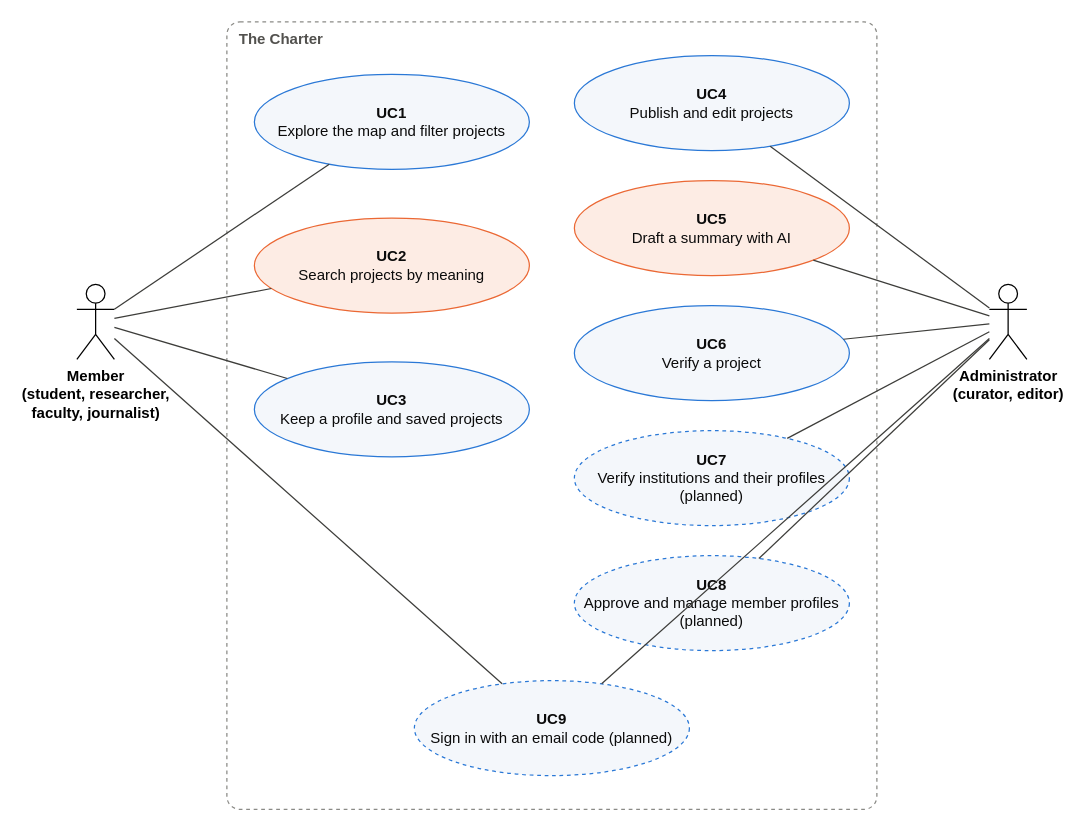
The draw.io diagram docs/architecture/diagrams/use-case-diagram.drawio in AnshSatiish/thecharter, before the edit. Source tidied: cells renumbered, new cells numbered last; positions are measured from the earlier drawing's top-left corner, leaving out a move shared by most shapes. Both pictures are drawn from the tidied source at 125%, with x=0, y=0 at pixel (76, 21).
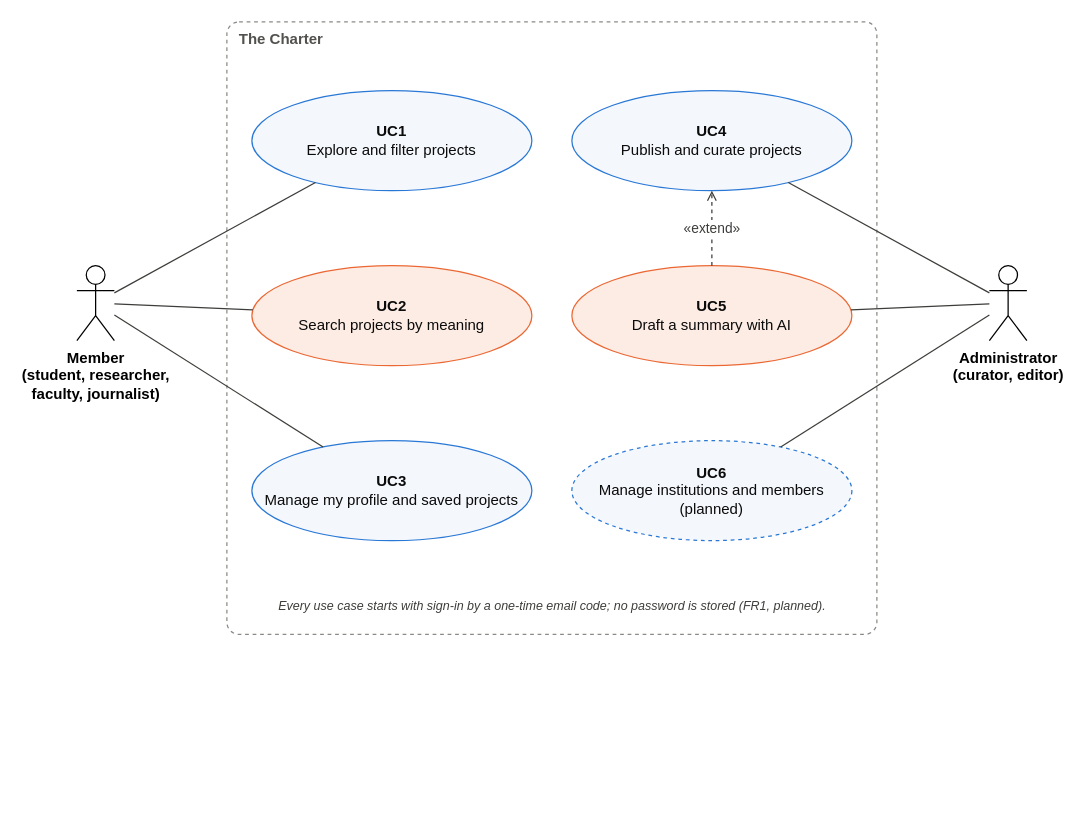
The same page after the edit.

Commit message (it also covers changes not shown here):
Use cases cut to the six main features

Change to the diagram source:
```diff
@@
     <mxCell id="2" value="The Charter" style="rounded=1;arcSize=2;dashed=1;fillColor=none;strokeColor=#8a8a86;verticalAlign=top;align=left;spacingLeft=8;fontStyle=1;fontColor=#52514e;html=1;" parent="1" vertex="1">
-      <mxGeometry x="120" width="520" height="630" as="geometry" />
+      <mxGeometry x="120" width="520" height="490" as="geometry" />
     </mxCell>
+    <mxCell id="24" value="Every use case starts with sign-in by a one-time email code; no password is stored (FR1, planned)." style="text;html=1;align=center;fontStyle=2;fontColor=#3d3d3a;fontSize=10;" parent="1" vertex="1">
+      <mxGeometry x="130" y="455" width="500" height="20" as="geometry" />
+    </mxCell>
     <mxCell id="3" value="Member&lt;br&gt;(student, researcher,&lt;br&gt;faculty, journalist)" style="shape=umlActor;verticalLabelPosition=bottom;verticalAlign=top;html=1;fontStyle=1;" parent="1" vertex="1">
-      <mxGeometry y="210" width="30" height="60" as="geometry" />
+      <mxGeometry y="195" width="30" height="60" as="geometry" />
     </mxCell>
     <mxCell id="4" value="Administrator&lt;br&gt;(curator, editor)" style="shape=umlActor;verticalLabelPosition=bottom;verticalAlign=top;html=1;fontStyle=1;" parent="1" vertex="1">
-      <mxGeometry x="730" y="210" width="30" height="60" as="geometry" />
+      <mxGeometry x="730" y="195" width="30" height="60" as="geometry" />
     </mxCell>
-    <mxCell id="5" value="&lt;b&gt;UC1&lt;/b&gt;&lt;br&gt;Explore the map and filter projects" style="ellipse;whiteSpace=wrap;html=1;fillColor=#f4f7fb;strokeColor=#2a78d6;fontColor=#0b0b0b;fontSize=12;" parent="1" vertex="1">
-      <mxGeometry x="142" y="42" width="220" height="76" as="geometry" />
+    <mxCell id="5" value="&lt;b&gt;UC1&lt;/b&gt;&lt;br&gt;Explore and filter projects" style="ellipse;whiteSpace=wrap;html=1;fillColor=#f4f7fb;strokeColor=#2a78d6;fontColor=#0b0b0b;fontSize=12;" parent="1" vertex="1">
+      <mxGeometry x="140" y="55" width="224" height="80" as="geometry" />
     </mxCell>
@@
     <mxCell id="7" value="&lt;b&gt;UC2&lt;/b&gt;&lt;br&gt;Search projects by meaning" style="ellipse;whiteSpace=wrap;html=1;fillColor=#fdece4;strokeColor=#eb6834;fontColor=#0b0b0b;fontSize=12;" parent="1" vertex="1">
-      <mxGeometry x="142" y="157" width="220" height="76" as="geometry" />
+      <mxGeometry x="140" y="195" width="224" height="80" as="geometry" />
     </mxCell>
@@
-    <mxCell id="9" value="&lt;b&gt;UC3&lt;/b&gt;&lt;br&gt;Keep a profile and saved projects" style="ellipse;whiteSpace=wrap;html=1;fillColor=#f4f7fb;strokeColor=#2a78d6;fontColor=#0b0b0b;fontSize=12;" parent="1" vertex="1">
-      <mxGeometry x="142" y="272" width="220" height="76" as="geometry" />
+    <mxCell id="9" value="&lt;b&gt;UC3&lt;/b&gt;&lt;br&gt;Manage my profile and saved projects" style="ellipse;whiteSpace=wrap;html=1;fillColor=#f4f7fb;strokeColor=#2a78d6;fontColor=#0b0b0b;fontSize=12;" parent="1" vertex="1">
+      <mxGeometry x="140" y="335" width="224" height="80" as="geometry" />
     </mxCell>
@@
-    <mxCell id="11" value="&lt;b&gt;UC4&lt;/b&gt;&lt;br&gt;Publish and edit projects" style="ellipse;whiteSpace=wrap;html=1;fillColor=#f4f7fb;strokeColor=#2a78d6;fontColor=#0b0b0b;fontSize=12;" parent="1" vertex="1">
-      <mxGeometry x="398" y="27" width="220" height="76" as="geometry" />
+    <mxCell id="11" value="&lt;b&gt;UC4&lt;/b&gt;&lt;br&gt;Publish and curate projects" style="ellipse;whiteSpace=wrap;html=1;fillColor=#f4f7fb;strokeColor=#2a78d6;fontColor=#0b0b0b;fontSize=12;" parent="1" vertex="1">
+      <mxGeometry x="396" y="55" width="224" height="80" as="geometry" />
     </mxCell>
@@
     <mxCell id="13" value="&lt;b&gt;UC5&lt;/b&gt;&lt;br&gt;Draft a summary with AI" style="ellipse;whiteSpace=wrap;html=1;fillColor=#fdece4;strokeColor=#eb6834;fontColor=#0b0b0b;fontSize=12;" parent="1" vertex="1">
-      <mxGeometry x="398" y="127" width="220" height="76" as="geometry" />
+      <mxGeometry x="396" y="195" width="224" height="80" as="geometry" />
     </mxCell>
@@
-    <mxCell id="15" value="&lt;b&gt;UC6&lt;/b&gt;&lt;br&gt;Verify a project" style="ellipse;whiteSpace=wrap;html=1;fillColor=#f4f7fb;strokeColor=#2a78d6;fontColor=#0b0b0b;fontSize=12;" parent="1" vertex="1">
-      <mxGeometry x="398" y="227" width="220" height="76" as="geometry" />
+    <mxCell id="15" value="&lt;b&gt;UC6&lt;/b&gt;&lt;br&gt;Manage institutions and members (planned)" style="ellipse;whiteSpace=wrap;html=1;fillColor=#f4f7fb;strokeColor=#2a78d6;fontColor=#0b0b0b;fontSize=12;dashed=1;" parent="1" vertex="1">
+      <mxGeometry x="396" y="335" width="224" height="80" as="geometry" />
     </mxCell>
@@
-    <mxCell id="17" value="&lt;b&gt;UC7&lt;/b&gt;&lt;br&gt;Verify institutions and their profiles (planned)" style="ellipse;whiteSpace=wrap;html=1;fillColor=#f4f7fb;strokeColor=#2a78d6;fontColor=#0b0b0b;fontSize=12;dashed=1;" parent="1" vertex="1">
-      <mxGeometry x="398" y="327" width="220" height="76" as="geometry" />
-    </mxCell>
-    <mxCell id="18" style="endArrow=none;html=1;strokeColor=#3d3d3a;" parent="1" edge="1" source="4" target="17">
-      <mxGeometry relative="1" as="geometry" />
-    </mxCell>
-    <mxCell id="19" value="&lt;b&gt;UC8&lt;/b&gt;&lt;br&gt;Approve and manage member profiles (planned)" style="ellipse;whiteSpace=wrap;html=1;fillColor=#f4f7fb;strokeColor=#2a78d6;fontColor=#0b0b0b;fontSize=12;dashed=1;" parent="1" vertex="1">
-      <mxGeometry x="398" y="427" width="220" height="76" as="geometry" />
-    </mxCell>
-    <mxCell id="20" style="endArrow=none;html=1;strokeColor=#3d3d3a;" parent="1" edge="1" source="4" target="19">
-      <mxGeometry relative="1" as="geometry" />
-    </mxCell>
-    <mxCell id="21" value="&lt;b&gt;UC9&lt;/b&gt;&lt;br&gt;Sign in with an email code (planned)" style="ellipse;whiteSpace=wrap;html=1;fillColor=#f4f7fb;strokeColor=#2a78d6;fontColor=#0b0b0b;fontSize=12;dashed=1;" parent="1" vertex="1">
-      <mxGeometry x="270" y="527" width="220" height="76" as="geometry" />
-    </mxCell>
-    <mxCell id="22" style="endArrow=none;html=1;strokeColor=#3d3d3a;" parent="1" edge="1" source="3" target="21">
-      <mxGeometry relative="1" as="geometry" />
-    </mxCell>
-    <mxCell id="23" style="endArrow=none;html=1;strokeColor=#3d3d3a;" parent="1" edge="1" source="4" target="21">
-      <mxGeometry relative="1" as="geometry" />
-    </mxCell>
+    <mxCell id="25" value="«extend»" style="endArrow=open;dashed=1;html=1;strokeColor=#3d3d3a;fontColor=#3d3d3a;" parent="1" edge="1" source="13" target="11">
+      <mxGeometry relative="1" as="geometry" />
+    </mxCell>
```
